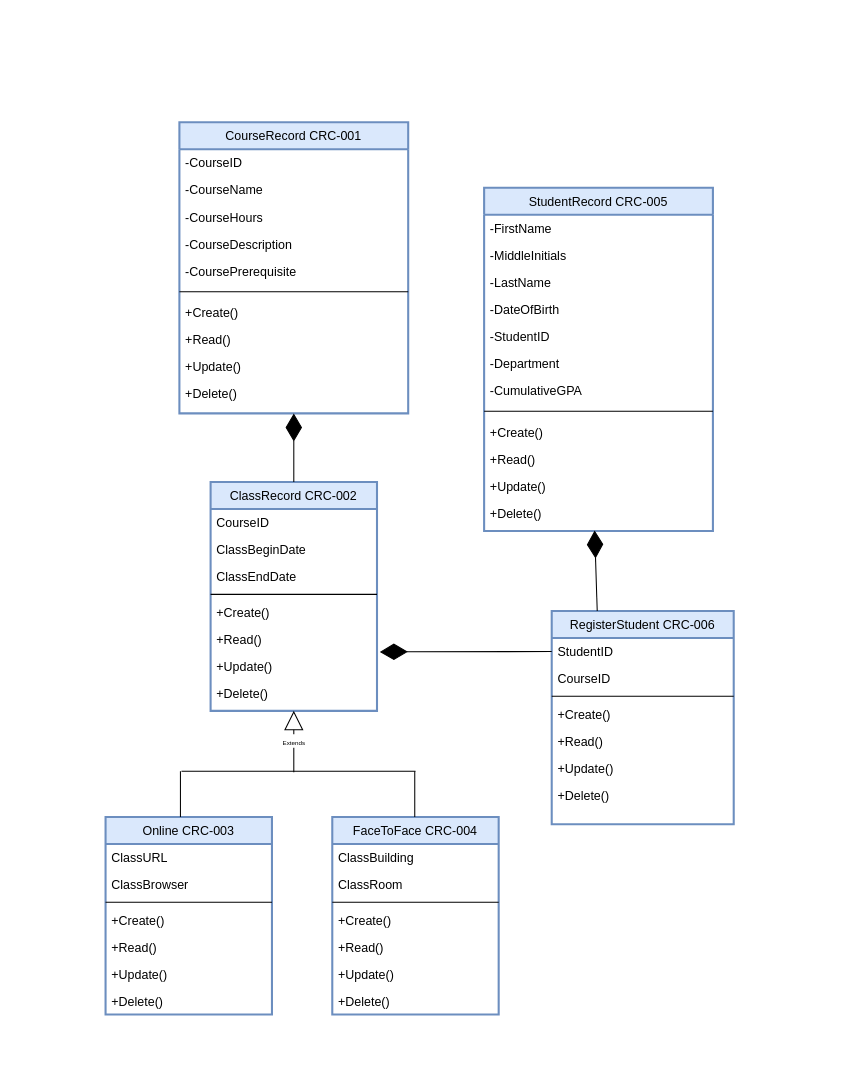
kincaidtk901/Workspace keeps this draw.io diagram as 4-1-Assignment.drawio. Above is the earlier version. Source tidied: cells renumbered, new cells numbered last; positions are measured from the earlier drawing's top-left corner, leaving out a move shared by most shapes. Both pictures are drawn from the tidied source at 104%, with x=0, y=0 at pixel (105, 122).
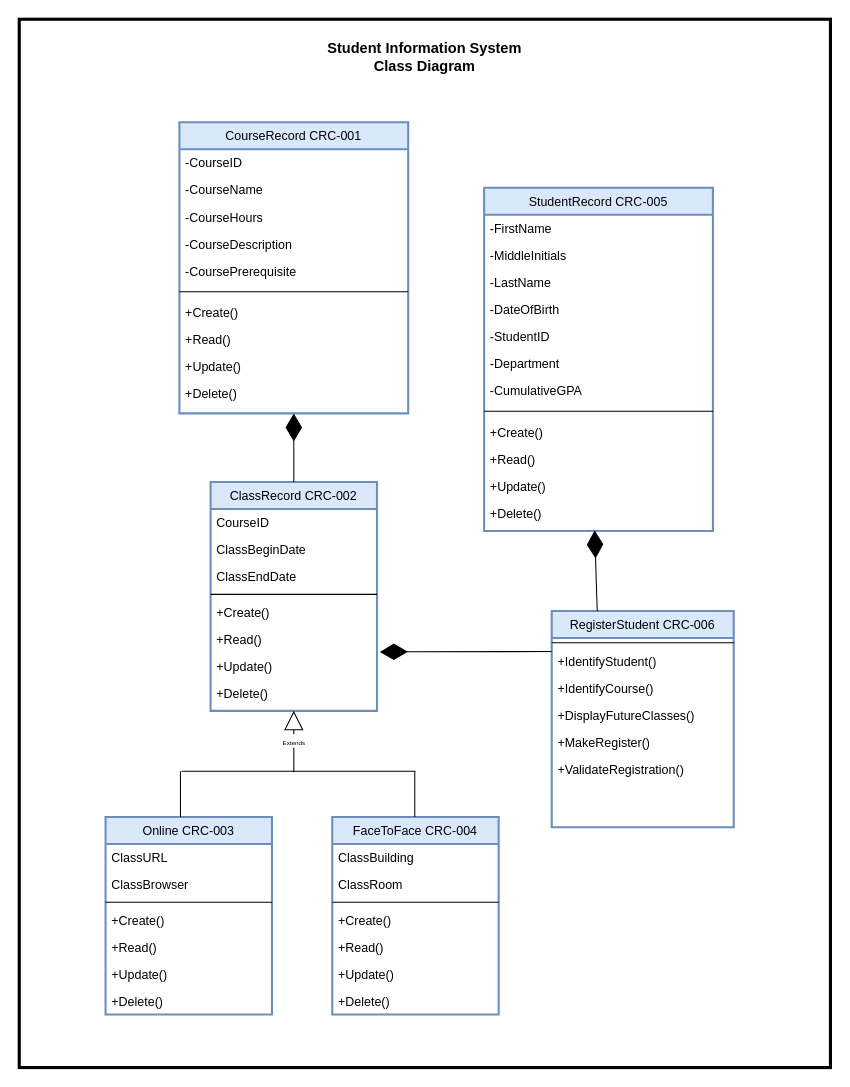
The same diagram, later.

The change refers to these unchanged cells:
```xml
<mxCell id="8" value="+Read()" style="text;align=left;verticalAlign=top;spacingLeft=4;spacingRight=4;overflow=hidden;points=[[0,0.5],[1,0.5]];portConstraint=eastwest;" parent="2" vertex="1">
  <mxGeometry y="138" width="160" height="26" as="geometry" />
</mxCell>
```

Change to the diagram source:
```diff
@@
     <mxCell id="52" value="RegisterStudent CRC-006" style="swimlane;fontStyle=0;align=center;verticalAlign=top;horizontal=1;startSize=26;rounded=0;shadow=0;strokeWidth=2;fillColor=#dae8fc;strokeColor=#6c8ebf;" parent="1" vertex="1">
-      <mxGeometry x="429" y="470" width="175" height="205" as="geometry" />
+      <mxGeometry x="429" y="470" width="175" height="208" as="geometry" />
     </mxCell>
-    <mxCell id="53" value="StudentID" style="text;align=left;verticalAlign=top;spacingLeft=4;spacingRight=4;overflow=hidden;points=[[0,0.5],[1,0.5]];portConstraint=eastwest;" parent="52" vertex="1">
-      <mxGeometry y="26" width="175" height="26" as="geometry" />
-    </mxCell>
-    <mxCell id="54" value="CourseID" style="text;align=left;verticalAlign=top;spacingLeft=4;spacingRight=4;overflow=hidden;rounded=0;shadow=0;html=0;" parent="52" vertex="1">
-      <mxGeometry y="52" width="175" height="26" as="geometry" />
-    </mxCell>
     <mxCell id="55" style="line;html=1;strokeWidth=1;align=left;verticalAlign=middle;spacingTop=-1;spacingLeft=3;spacingRight=3;labelPosition=right;" parent="52" vertex="1">
-      <mxGeometry y="78" width="175" height="8" as="geometry" />
+      <mxGeometry y="26" width="175" height="9" as="geometry" />
     </mxCell>
-    <mxCell id="56" value="+Create()" style="text;align=left;verticalAlign=top;spacingLeft=4;spacingRight=4;overflow=hidden;" parent="52" vertex="1">
-      <mxGeometry y="86" width="175" height="26" as="geometry" />
+    <mxCell id="56" value="+IdentifyStudent()" style="text;align=left;verticalAlign=top;spacingLeft=4;spacingRight=4;overflow=hidden;" parent="52" vertex="1">
+      <mxGeometry y="35" width="175" height="26" as="geometry" />
     </mxCell>
-    <mxCell id="57" value="+Read()" style="text;align=left;verticalAlign=top;spacingLeft=4;spacingRight=4;overflow=hidden;" parent="52" vertex="1">
-      <mxGeometry y="112" width="175" height="26" as="geometry" />
+    <mxCell id="57" value="+IdentifyCourse()" style="text;align=left;verticalAlign=top;spacingLeft=4;spacingRight=4;overflow=hidden;" parent="52" vertex="1">
+      <mxGeometry y="61" width="175" height="26" as="geometry" />
     </mxCell>
-    <mxCell id="58" value="+Update()" style="text;align=left;verticalAlign=top;spacingLeft=4;spacingRight=4;overflow=hidden;" parent="52" vertex="1">
-      <mxGeometry y="138" width="175" height="26" as="geometry" />
+    <mxCell id="58" value="+DisplayFutureClasses()" style="text;align=left;verticalAlign=top;spacingLeft=4;spacingRight=4;overflow=hidden;" parent="52" vertex="1">
+      <mxGeometry y="87" width="175" height="26" as="geometry" />
     </mxCell>
-    <mxCell id="59" value="+Delete()" style="text;align=left;verticalAlign=top;spacingLeft=4;spacingRight=4;overflow=hidden;" parent="52" vertex="1">
-      <mxGeometry y="164" width="175" height="26" as="geometry" />
+    <mxCell id="59" value="+MakeRegister()" style="text;align=left;verticalAlign=top;spacingLeft=4;spacingRight=4;overflow=hidden;" parent="52" vertex="1">
+      <mxGeometry y="113" width="175" height="26" as="geometry" />
     </mxCell>
+    <mxCell id="66" value="+ValidateRegistration()" style="text;align=left;verticalAlign=top;spacingLeft=4;spacingRight=4;overflow=hidden;" parent="52" vertex="1">
+      <mxGeometry y="139" width="175" height="26" as="geometry" />
+    </mxCell>
@@
-    <mxCell id="65" style="endArrow=diamondThin;endFill=1;endSize=24;html=1;exitX=0;exitY=0.5;exitDx=0;exitDy=0;entryX=1.017;entryY=0.974;entryDx=0;entryDy=0;entryPerimeter=0;" parent="1" edge="1" source="53" target="8">
-      <mxGeometry relative="1" as="geometry" />
+    <mxCell id="65" style="endArrow=diamondThin;endFill=1;endSize=24;html=1;exitX=0;exitY=0.5;exitDx=0;exitDy=0;entryX=1.017;entryY=0.974;entryDx=0;entryDy=0;entryPerimeter=0;" parent="1" edge="1" target="8">
+      <mxGeometry relative="1" as="geometry">
+        <mxPoint x="429" y="509" as="sourcePoint" />
+      </mxGeometry>
     </mxCell>
+    <mxCell id="67" style="rounded=0;whiteSpace=wrap;html=1;strokeWidth=3;fillColor=none;" parent="1" vertex="1">
+      <mxGeometry x="-83" y="-99" width="780" height="1008" as="geometry" />
+    </mxCell>
+    <mxCell id="68" value="&lt;font style=&quot;font-size: 14px&quot;&gt;Student Information System &lt;br&gt;Class Diagram&lt;/font&gt;" style="text;html=1;strokeColor=none;fillColor=none;align=center;verticalAlign=middle;whiteSpace=wrap;rounded=0;fontStyle=1;" parent="1" vertex="1">
+      <mxGeometry x="193" y="-77" width="228" height="28" as="geometry" />
+    </mxCell>
```
